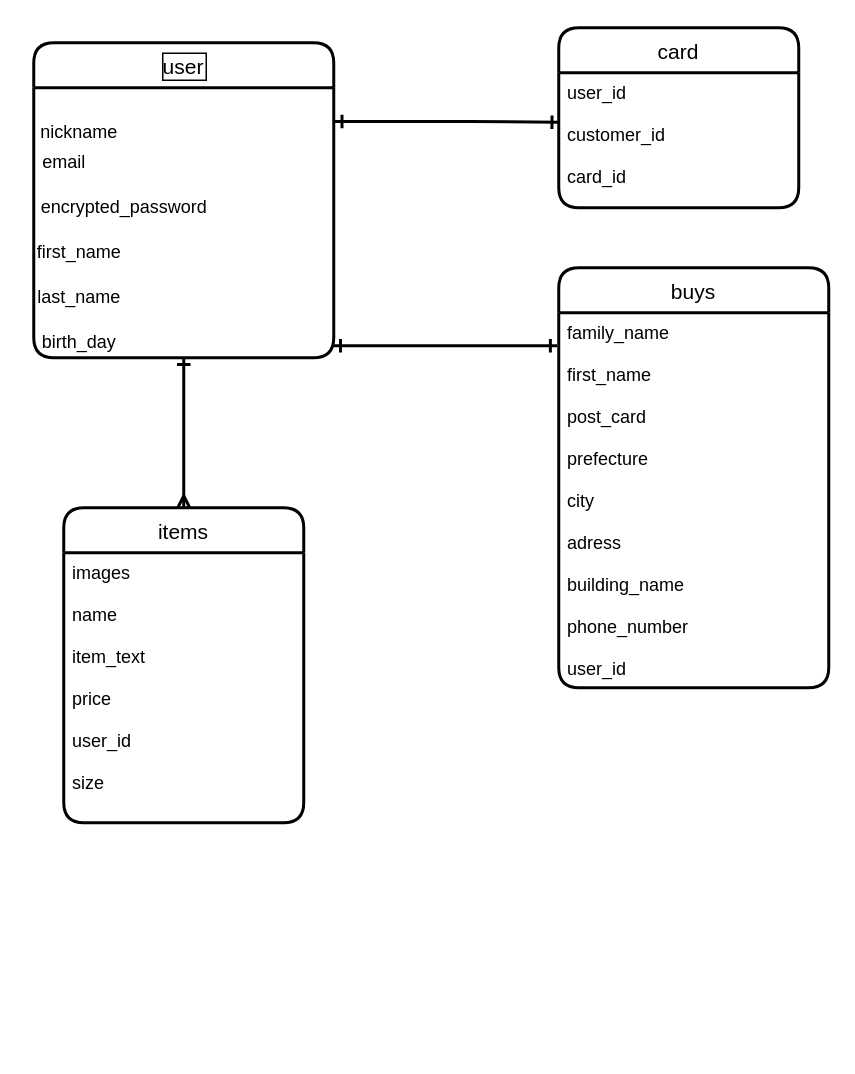
This is test.dio from Masato0530/furima-35867, a draw.io file, before an edit. Source tidied: cells renumbered, new cells numbered last; positions are measured from the earlier drawing's top-left corner, leaving out a move shared by most shapes. Both pictures are drawn from the tidied source at 150%, with x=0, y=0 at pixel (26, 27).
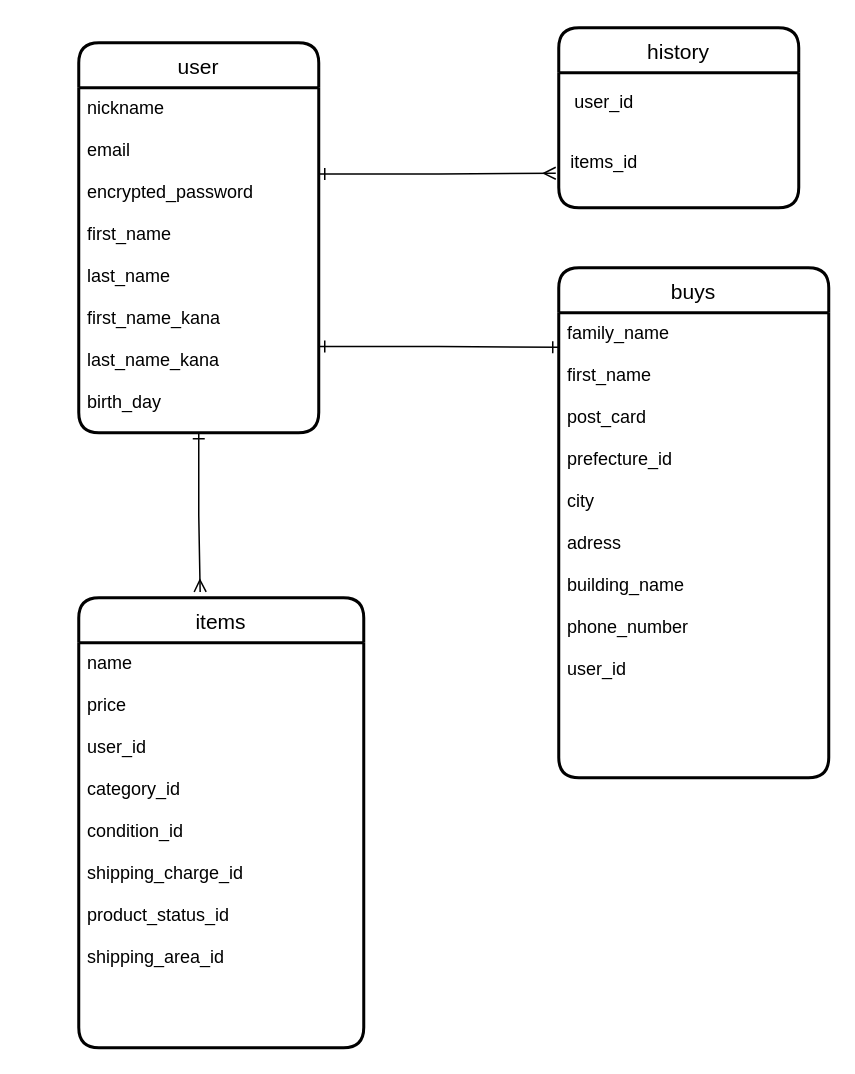
The same page after the edit.

What changed in the source:
```diff
@@
-    <mxCell id="2" style="edgeStyle=orthogonalEdgeStyle;rounded=0;jettySize=auto;html=1;exitX=0.5;exitY=1;exitDx=0;exitDy=0;endArrow=ERmany;endFill=0;endSize=5;strokeWidth=2;fontSize=11;startArrow=ERone;startFill=0;" parent="1" edge="1" source="5">
-      <mxGeometry relative="1" as="geometry">
-        <mxPoint x="105" y="320" as="targetPoint" />
-      </mxGeometry>
-    </mxCell>
-    <mxCell id="3" style="edgeStyle=orthogonalEdgeStyle;rounded=0;jettySize=auto;html=1;exitX=1;exitY=0.25;exitDx=0;exitDy=0;entryX=0;entryY=0.367;entryDx=0;entryDy=0;entryPerimeter=0;endArrow=ERone;endFill=0;strokeWidth=2;fontSize=11;sourcePerimeterSpacing=6;targetPerimeterSpacing=5;" parent="1" edge="1" source="5" target="14">
-      <mxGeometry relative="1" as="geometry">
-        <Array as="points">
-          <mxPoint x="295" y="63" />
-        </Array>
-      </mxGeometry>
-    </mxCell>
-    <mxCell id="4" style="edgeStyle=orthogonalEdgeStyle;rounded=0;jettySize=auto;html=1;entryX=-0.006;entryY=0.088;entryDx=0;entryDy=0;entryPerimeter=0;sourcePerimeterSpacing=6;endArrow=ERone;endFill=0;targetPerimeterSpacing=5;strokeWidth=2;fontSize=11;startArrow=ERone;startFill=0;" parent="1" edge="1" target="16">
-      <mxGeometry relative="1" as="geometry">
-        <mxPoint x="205" y="212" as="sourcePoint" />
-        <Array as="points">
-          <mxPoint x="225" y="212" />
-          <mxPoint x="225" y="212" />
-        </Array>
-      </mxGeometry>
-    </mxCell>
-    <mxCell id="5" value="user" style="swimlane;horizontal=1;startSize=30;rounded=1;fontSize=14;fontStyle=0;strokeWidth=2;shadow=0;dashed=0;align=center;direction=east;verticalAlign=middle;labelPosition=center;verticalLabelPosition=middle;labelBorderColor=#000000;" parent="1" vertex="1">
-      <mxGeometry x="5" y="10" width="200" height="210" as="geometry" />
-    </mxCell>
-    <mxCell id="6" value="nickname&lt;br&gt;" style="text;html=1;align=center;verticalAlign=middle;" parent="1" vertex="1">
-      <mxGeometry y="60" width="70" height="20" as="geometry" />
-    </mxCell>
-    <mxCell id="7" value="email" style="text;html=1;align=center;verticalAlign=middle;" parent="1" vertex="1">
-      <mxGeometry x="5" y="80" width="40" height="20" as="geometry" />
-    </mxCell>
-    <mxCell id="8" value="first_name" style="text;html=1;align=center;verticalAlign=middle;" parent="1" vertex="1">
-      <mxGeometry y="140" width="70" height="20" as="geometry" />
-    </mxCell>
-    <mxCell id="9" value="last_name" style="text;html=1;align=center;verticalAlign=middle;" parent="1" vertex="1">
-      <mxGeometry y="170" width="70" height="20" as="geometry" />
-    </mxCell>
-    <mxCell id="10" value="birth_day" style="text;html=1;align=center;verticalAlign=middle;" parent="1" vertex="1">
-      <mxGeometry x="5" y="200" width="60" height="20" as="geometry" />
-    </mxCell>
     <mxCell id="11" value="items" style="swimlane;horizontal=1;startSize=30;rounded=1;fontSize=14;fontStyle=0;strokeWidth=2;shadow=0;dashed=0;align=center;fillColor=none;" parent="1" vertex="1">
-      <mxGeometry x="25" y="320" width="160" height="210" as="geometry" />
+      <mxGeometry x="35" y="380" width="190" height="300" as="geometry" />
     </mxCell>
-    <mxCell id="12" value="images&#10;&#10;name&#10;&#10;item_text&#10;&#10;price&#10;&#10;user_id&#10;&#10;size&#10;&#10;&#10;&#10;&#10;&#10;" style="align=left;strokeColor=none;fillColor=none;spacingLeft=4;fontSize=12;verticalAlign=top;" parent="11" vertex="1">
-      <mxGeometry y="30" width="160" height="180" as="geometry" />
+    <mxCell id="12" value="name&#10;&#10;price&#10;&#10;user_id&#10;&#10;category_id&#10;&#10;condition_id&#10;&#10;shipping_charge_id&#10;&#10;product_status_id&#10;&#10;shipping_area_id" style="align=left;strokeColor=none;fillColor=none;spacingLeft=4;fontSize=12;verticalAlign=top;" parent="11" vertex="1">
+      <mxGeometry y="30" width="190" height="270" as="geometry" />
     </mxCell>
-    <mxCell id="13" value="card" style="swimlane;horizontal=1;startSize=30;rounded=1;fontSize=14;fontStyle=0;strokeWidth=2;shadow=0;dashed=0;align=center;fillColor=none;" parent="1" vertex="1">
+    <mxCell id="13" value="history" style="swimlane;horizontal=1;startSize=30;rounded=1;fontSize=14;fontStyle=0;strokeWidth=2;shadow=0;dashed=0;align=center;fillColor=none;" parent="1" vertex="1">
       <mxGeometry x="355" width="160" height="120" as="geometry" />
     </mxCell>
-    <mxCell id="14" value="user_id&#10;&#10;customer_id&#10;&#10;card_id" style="align=left;strokeColor=none;fillColor=none;spacingLeft=4;fontSize=12;verticalAlign=top;" parent="13" vertex="1">
-      <mxGeometry y="30" width="160" height="90" as="geometry" />
-    </mxCell>
     <mxCell id="15" value="buys" style="swimlane;horizontal=1;startSize=30;rounded=1;fontSize=14;fontStyle=0;strokeWidth=2;shadow=0;dashed=0;align=center;fillColor=none;" parent="1" vertex="1">
-      <mxGeometry x="355" y="160" width="180" height="280" as="geometry" />
+      <mxGeometry x="355" y="160" width="180" height="340" as="geometry" />
     </mxCell>
-    <mxCell id="16" value="family_name&#10;&#10;first_name&#10;&#10;post_card&#10;&#10;prefecture&#10;&#10;city&#10;&#10;adress&#10;&#10;building_name&#10;&#10;phone_number&#10;&#10;user_id&#10;" style="align=left;strokeColor=none;fillColor=none;spacingLeft=4;fontSize=12;verticalAlign=top;" parent="15" vertex="1">
-      <mxGeometry y="30" width="180" height="250" as="geometry" />
+    <mxCell id="16" value="family_name&#10;&#10;first_name&#10;&#10;post_card&#10;&#10;prefecture_id&#10;&#10;city&#10;&#10;adress&#10;&#10;building_name&#10;&#10;phone_number&#10;&#10;user_id&#10;&#10;" style="align=left;strokeColor=none;fillColor=none;spacingLeft=4;fontSize=12;verticalAlign=top;" parent="15" vertex="1">
+      <mxGeometry y="30" width="180" height="310" as="geometry" />
     </mxCell>
@@
-    <mxCell id="19" style="edgeStyle=orthogonalEdgeStyle;rounded=0;jettySize=auto;html=1;exitX=1;exitY=0.25;exitDx=0;exitDy=0;endArrow=ERone;endFill=0;strokeWidth=2;fontSize=11;sourcePerimeterSpacing=6;targetPerimeterSpacing=5;" parent="1" edge="1" source="5">
-      <mxGeometry relative="1" as="geometry">
-        <mxPoint x="215" y="63" as="targetPoint" />
-      </mxGeometry>
-    </mxCell>
-    <mxCell id="20" value="encrypted_password" style="text;html=1;align=center;verticalAlign=middle;" parent="1" vertex="1">
-      <mxGeometry y="110" width="130" height="20" as="geometry" />
-    </mxCell>
+    <mxCell id="21" style="edgeStyle=orthogonalEdgeStyle;rounded=0;orthogonalLoop=1;jettySize=auto;html=1;exitX=0.5;exitY=1;exitDx=0;exitDy=0;startArrow=ERone;startFill=0;endArrow=ERmany;endFill=0;" parent="15" edge="1" source="16" target="16">
+      <mxGeometry relative="1" as="geometry" />
+    </mxCell>
+    <mxCell id="22" value="user_id" style="text;html=1;align=center;verticalAlign=middle;" parent="1" vertex="1">
+      <mxGeometry x="360" y="40" width="50" height="20" as="geometry" />
+    </mxCell>
+    <mxCell id="23" value="items_id" style="text;html=1;align=center;verticalAlign=middle;points=[];" parent="1" vertex="1">
+      <mxGeometry x="355" y="80" width="60" height="20" as="geometry" />
+    </mxCell>
+    <mxCell id="5" value="user" style="swimlane;horizontal=1;startSize=30;rounded=1;fontSize=14;fontStyle=0;strokeWidth=2;shadow=0;dashed=0;align=center;" parent="1" vertex="1">
+      <mxGeometry x="35" y="10" width="160" height="260" as="geometry" />
+    </mxCell>
+    <mxCell id="24" value="nickname&#10;&#10;email&#10;&#10;encrypted_password&#10;&#10;first_name&#10;&#10;last_name&#10;&#10;first_name_kana&#10;&#10;last_name_kana&#10;&#10;birth_day&#10;&#10;&#10;&#10;&#10;" style="align=left;strokeColor=none;fillColor=none;spacingLeft=4;fontSize=12;verticalAlign=top;" parent="5" vertex="1">
+      <mxGeometry y="30" width="160" height="230" as="geometry" />
+    </mxCell>
+    <mxCell id="25" style="edgeStyle=orthogonalEdgeStyle;rounded=0;jettySize=auto;html=1;exitX=1;exitY=0.25;exitDx=0;exitDy=0;entryX=-0.033;entryY=0.85;entryDx=0;entryDy=0;entryPerimeter=0;startArrow=ERone;startFill=0;endArrow=ERmany;endFill=0;" parent="1" edge="1" source="24" target="23">
+      <mxGeometry relative="1" as="geometry" />
+    </mxCell>
+    <mxCell id="26" style="edgeStyle=orthogonalEdgeStyle;rounded=0;jettySize=auto;html=1;exitX=0.5;exitY=1;exitDx=0;exitDy=0;entryX=0.426;entryY=-0.013;entryDx=0;entryDy=0;entryPerimeter=0;startArrow=ERone;startFill=0;endArrow=ERmany;endFill=0;" parent="1" edge="1" source="24" target="11">
+      <mxGeometry relative="1" as="geometry" />
+    </mxCell>
+    <mxCell id="27" style="edgeStyle=orthogonalEdgeStyle;rounded=0;jettySize=auto;html=1;exitX=1;exitY=0.75;exitDx=0;exitDy=0;entryX=0;entryY=0.074;entryDx=0;entryDy=0;entryPerimeter=0;startArrow=ERone;startFill=0;endArrow=ERone;endFill=0;" parent="1" edge="1" source="24" target="16">
+      <mxGeometry relative="1" as="geometry" />
+    </mxCell>
```
